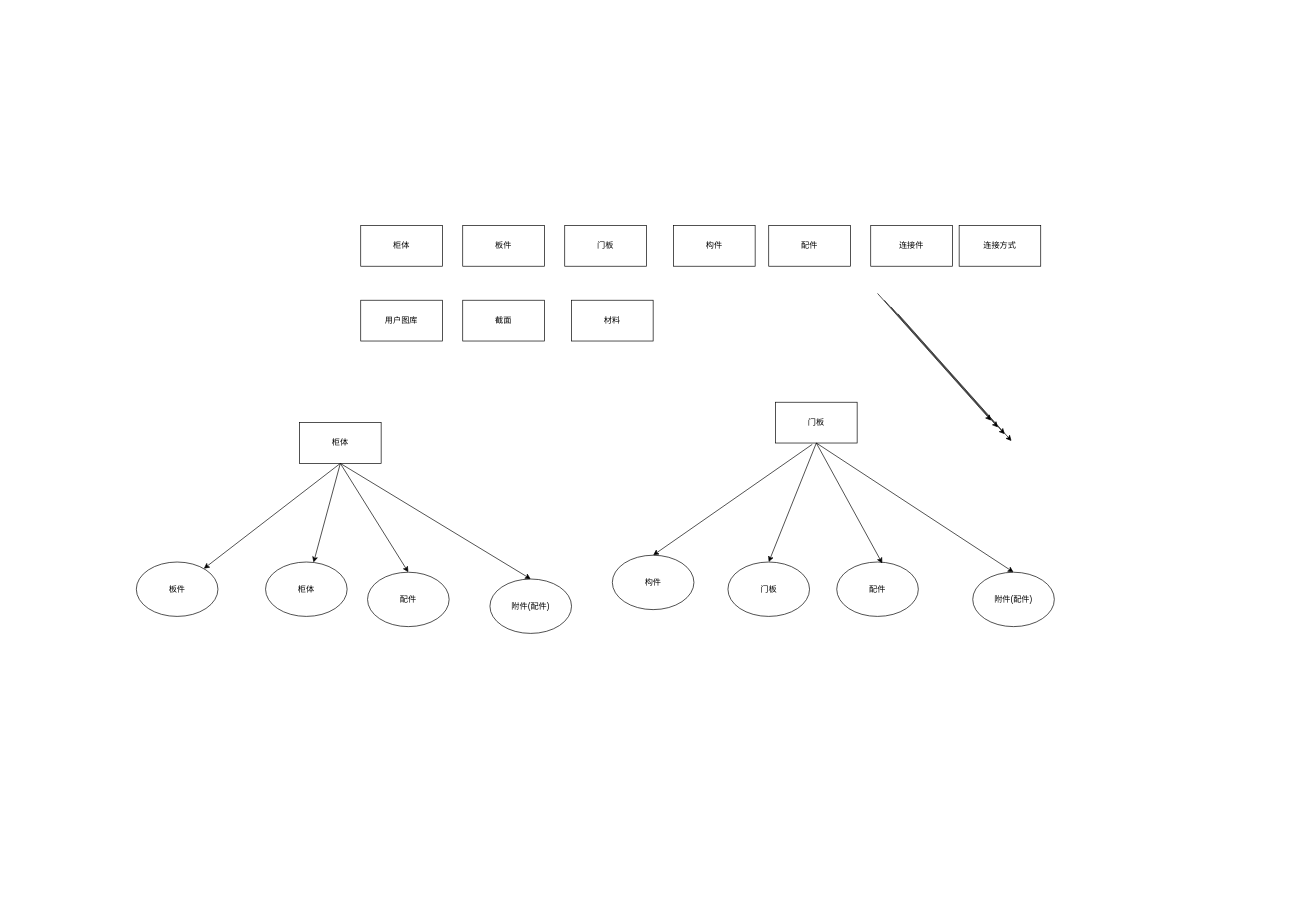
The draw.io diagram 筑木.drawio in z-cloud-z/draw, before the edit. Source tidied: cells renumbered, new cells numbered last; positions are measured from the earlier drawing's top-left corner, leaving out a move shared by most shapes. Both pictures are drawn from the tidied source at 68%, with x=0, y=0 at pixel (136, 225).
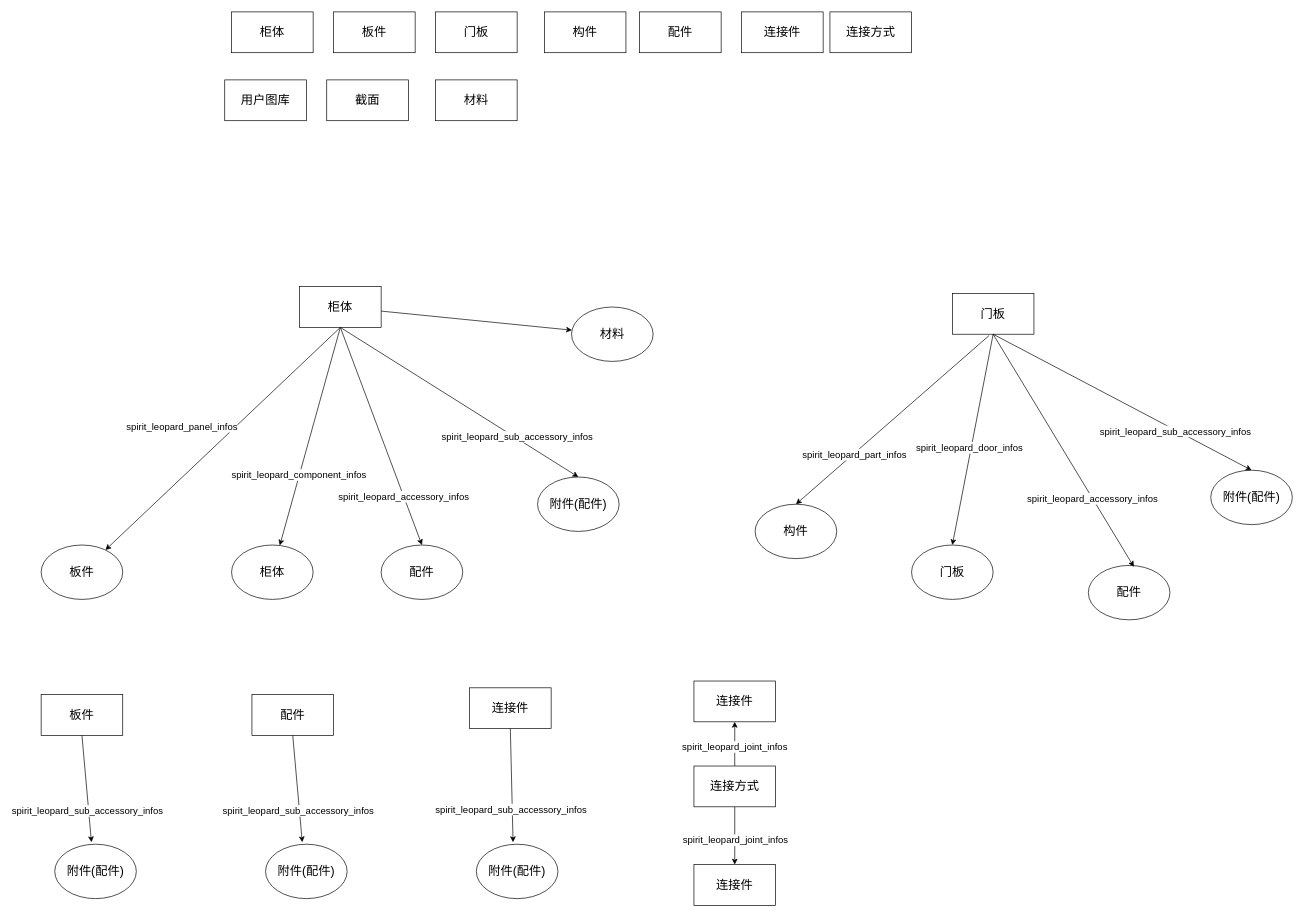
The same page after the edit.

The edit, as a diff of the source:
```diff
@@
-    <mxCell id="2" value="板件" style="rounded=0;whiteSpace=wrap;html=1;" parent="1" vertex="1">
-      <mxGeometry x="480" width="120" height="60" as="geometry" />
+    <mxCell id="2" value="板件" style="rounded=0;whiteSpace=wrap;html=1;fontSize=18;" parent="1" vertex="1">
+      <mxGeometry x="-140" y="690" width="120" height="60" as="geometry" />
     </mxCell>
-    <mxCell id="3" value="门板" style="rounded=0;whiteSpace=wrap;html=1;" parent="1" vertex="1">
-      <mxGeometry x="630" width="120" height="60" as="geometry" />
+    <mxCell id="3" value="门板" style="rounded=0;whiteSpace=wrap;html=1;fontSize=18;" parent="1" vertex="1">
+      <mxGeometry x="440" y="-314" width="120" height="60" as="geometry" />
     </mxCell>
-    <mxCell id="4" value="截面" style="rounded=0;whiteSpace=wrap;html=1;" parent="1" vertex="1">
-      <mxGeometry x="480" y="110" width="120" height="60" as="geometry" />
+    <mxCell id="4" value="截面" style="rounded=0;whiteSpace=wrap;html=1;fontSize=18;" parent="1" vertex="1">
+      <mxGeometry x="280" y="-214" width="120" height="60" as="geometry" />
     </mxCell>
-    <mxCell id="5" value="用户图库" style="rounded=0;whiteSpace=wrap;html=1;" parent="1" vertex="1">
-      <mxGeometry x="330" y="110" width="120" height="60" as="geometry" />
+    <mxCell id="5" value="用户图库" style="rounded=0;whiteSpace=wrap;html=1;fontSize=18;" parent="1" vertex="1">
+      <mxGeometry x="130" y="-214" width="120" height="60" as="geometry" />
     </mxCell>
-    <mxCell id="6" value="配件" style="rounded=0;whiteSpace=wrap;html=1;" parent="1" vertex="1">
-      <mxGeometry x="930" width="120" height="60" as="geometry" />
+    <mxCell id="6" value="配件" style="rounded=0;whiteSpace=wrap;html=1;fontSize=18;" parent="1" vertex="1">
+      <mxGeometry x="740" y="-314" width="120" height="60" as="geometry" />
     </mxCell>
-    <mxCell id="7" value="材料" style="rounded=0;whiteSpace=wrap;html=1;" parent="1" vertex="1">
-      <mxGeometry x="640" y="110" width="120" height="60" as="geometry" />
+    <mxCell id="7" value="材料" style="rounded=0;whiteSpace=wrap;html=1;fontSize=18;" parent="1" vertex="1">
+      <mxGeometry x="440" y="-214" width="120" height="60" as="geometry" />
     </mxCell>
-    <mxCell id="8" value="连接件" style="rounded=0;whiteSpace=wrap;html=1;" parent="1" vertex="1">
-      <mxGeometry x="1080" width="120" height="60" as="geometry" />
+    <mxCell id="8" value="连接件" style="rounded=0;whiteSpace=wrap;html=1;fontSize=18;" parent="1" vertex="1">
+      <mxGeometry x="890" y="-314" width="120" height="60" as="geometry" />
     </mxCell>
-    <mxCell id="9" value="连接方式" style="rounded=0;whiteSpace=wrap;html=1;" parent="1" vertex="1">
-      <mxGeometry x="1210" width="120" height="60" as="geometry" />
+    <mxCell id="9" value="连接方式" style="rounded=0;whiteSpace=wrap;html=1;fontSize=18;" parent="1" vertex="1">
+      <mxGeometry x="1020" y="-314" width="120" height="60" as="geometry" />
     </mxCell>
-    <mxCell id="10" value="构件" style="rounded=0;whiteSpace=wrap;html=1;" parent="1" vertex="1">
-      <mxGeometry x="790" width="120" height="60" as="geometry" />
+    <mxCell id="10" value="构件" style="rounded=0;whiteSpace=wrap;html=1;fontSize=18;" parent="1" vertex="1">
+      <mxGeometry x="600" y="-314" width="120" height="60" as="geometry" />
     </mxCell>
-    <mxCell id="11" style="rounded=0;jettySize=auto;html=1;exitX=0.5;exitY=1;exitDx=0;exitDy=0;" parent="1" edge="1" source="12" target="13">
+    <mxCell id="11" style="rounded=0;jettySize=auto;html=1;exitX=0.5;exitY=1;exitDx=0;exitDy=0;fontSize=18;" parent="1" edge="1" source="12" target="13">
       <mxGeometry relative="1" as="geometry" />
     </mxCell>
+    <mxCell id="34" value="spirit_leopard_panel_infos" style="edgeLabel;html=1;align=center;verticalAlign=middle;fontSize=14;" parent="11" vertex="1">
+      <mxGeometry x="0.15" y="1" relative="1" as="geometry">
+        <mxPoint x="-35" y="-44" as="offset" />
+      </mxGeometry>
+    </mxCell>
+    <mxCell id="35" style="rounded=0;jettySize=auto;html=1;" parent="1" edge="1" source="12" target="62">
+      <mxGeometry relative="1" as="geometry" />
+    </mxCell>
-    <mxCell id="12" value="柜体" style="rounded=0;whiteSpace=wrap;html=1;" parent="1" vertex="1">
-      <mxGeometry x="240" y="290" width="120" height="60" as="geometry" />
+    <mxCell id="12" value="柜体" style="rounded=0;whiteSpace=wrap;html=1;fontSize=18;" parent="1" vertex="1">
+      <mxGeometry x="240" y="90" width="120" height="60" as="geometry" />
     </mxCell>
-    <mxCell id="13" value="板件" style="ellipse;whiteSpace=wrap;html=1;" parent="1" vertex="1">
-      <mxGeometry y="495" width="120" height="80" as="geometry" />
+    <mxCell id="13" value="板件" style="ellipse;whiteSpace=wrap;html=1;fontSize=18;" parent="1" vertex="1">
+      <mxGeometry x="-140" y="470" width="120" height="80" as="geometry" />
     </mxCell>
-    <mxCell id="14" value="柜体" style="ellipse;whiteSpace=wrap;html=1;" parent="1" vertex="1">
-      <mxGeometry x="190" y="495" width="120" height="80" as="geometry" />
+    <mxCell id="14" value="柜体" style="ellipse;whiteSpace=wrap;html=1;fontSize=18;" parent="1" vertex="1">
+      <mxGeometry x="140" y="470" width="120" height="80" as="geometry" />
     </mxCell>
-    <mxCell id="15" style="rounded=0;jettySize=auto;html=1;exitX=0.5;exitY=1;exitDx=0;exitDy=0;" parent="1" edge="1" source="12" target="14">
+    <mxCell id="15" style="rounded=0;jettySize=auto;html=1;exitX=0.5;exitY=1;exitDx=0;exitDy=0;fontSize=18;" parent="1" edge="1" source="12" target="14">
       <mxGeometry relative="1" as="geometry" />
     </mxCell>
+    <mxCell id="36" value="spirit_leopard_component_infos" style="edgeLabel;html=1;align=center;verticalAlign=middle;fontSize=14;" parent="15" vertex="1">
+      <mxGeometry x="0.35" y="-1" relative="1" as="geometry" />
+    </mxCell>
-    <mxCell id="16" value="柜体" style="rounded=0;whiteSpace=wrap;html=1;" parent="1" vertex="1">
-      <mxGeometry x="330" width="120" height="60" as="geometry" />
+    <mxCell id="16" value="柜体" style="rounded=0;whiteSpace=wrap;html=1;fontSize=18;" parent="1" vertex="1">
+      <mxGeometry x="140" y="-314" width="120" height="60" as="geometry" />
     </mxCell>
-    <mxCell id="17" value="门板" style="rounded=0;whiteSpace=wrap;html=1;" parent="1" vertex="1">
-      <mxGeometry x="940" y="260" width="120" height="60" as="geometry" />
+    <mxCell id="17" value="门板" style="rounded=0;whiteSpace=wrap;html=1;fontSize=18;" parent="1" vertex="1">
+      <mxGeometry x="1200" y="100" width="120" height="60" as="geometry" />
     </mxCell>
-    <mxCell id="18" value="构件" style="ellipse;whiteSpace=wrap;html=1;" parent="1" vertex="1">
-      <mxGeometry x="700" y="485" width="120" height="80" as="geometry" />
+    <mxCell id="18" value="构件" style="ellipse;whiteSpace=wrap;html=1;fontSize=18;" parent="1" vertex="1">
+      <mxGeometry x="910" y="410" width="120" height="80" as="geometry" />
     </mxCell>
-    <mxCell id="19" value="门板" style="ellipse;whiteSpace=wrap;html=1;" parent="1" vertex="1">
-      <mxGeometry x="870" y="495" width="120" height="80" as="geometry" />
+    <mxCell id="19" value="门板" style="ellipse;whiteSpace=wrap;html=1;fontSize=18;" parent="1" vertex="1">
+      <mxGeometry x="1140" y="470" width="120" height="80" as="geometry" />
     </mxCell>
-    <mxCell id="20" style="rounded=0;jettySize=auto;html=1;exitX=0.45;exitY=1.033;exitDx=0;exitDy=0;exitPerimeter=0;entryX=0.5;entryY=0;entryDx=0;entryDy=0;" parent="1" edge="1" source="17" target="18">
+    <mxCell id="20" style="rounded=0;jettySize=auto;html=1;exitX=0.45;exitY=1.033;exitDx=0;exitDy=0;exitPerimeter=0;entryX=0.5;entryY=0;entryDx=0;entryDy=0;fontSize=18;" parent="1" edge="1" source="17" target="18">
       <mxGeometry relative="1" as="geometry" />
     </mxCell>
+    <mxCell id="37" value="spirit_leopard_part_infos" style="edgeLabel;html=1;align=center;verticalAlign=middle;fontSize=14;" parent="20" vertex="1">
+      <mxGeometry x="0.4" y="1" relative="1" as="geometry" />
+    </mxCell>
-    <mxCell id="21" style="rounded=0;jettySize=auto;html=1;exitX=0.5;exitY=1;exitDx=0;exitDy=0;entryX=0.5;entryY=0;entryDx=0;entryDy=0;" parent="1" edge="1" source="17" target="19">
+    <mxCell id="21" style="rounded=0;jettySize=auto;html=1;exitX=0.5;exitY=1;exitDx=0;exitDy=0;entryX=0.5;entryY=0;entryDx=0;entryDy=0;fontSize=18;" parent="1" edge="1" source="17" target="19">
       <mxGeometry relative="1" as="geometry" />
     </mxCell>
+    <mxCell id="38" value="spirit_leopard_door_infos" style="edgeLabel;html=1;align=center;verticalAlign=middle;fontSize=14;" parent="21" vertex="1">
+      <mxGeometry x="0.32" y="4" relative="1" as="geometry">
+        <mxPoint y="-38" as="offset" />
+      </mxGeometry>
+    </mxCell>
-    <mxCell id="22" value="配件" style="ellipse;whiteSpace=wrap;html=1;" parent="1" vertex="1">
-      <mxGeometry x="1030" y="495" width="120" height="80" as="geometry" />
+    <mxCell id="22" value="配件" style="ellipse;whiteSpace=wrap;html=1;fontSize=18;" parent="1" vertex="1">
+      <mxGeometry x="1400" y="500" width="120" height="80" as="geometry" />
     </mxCell>
-    <mxCell id="23" style="rounded=0;jettySize=auto;html=1;exitX=0.5;exitY=1;exitDx=0;exitDy=0;entryX=0.558;entryY=0.025;entryDx=0;entryDy=0;entryPerimeter=0;" parent="1" edge="1" source="17" target="22">
+    <mxCell id="23" style="rounded=0;jettySize=auto;html=1;exitX=0.5;exitY=1;exitDx=0;exitDy=0;entryX=0.558;entryY=0.025;entryDx=0;entryDy=0;entryPerimeter=0;fontSize=18;" parent="1" edge="1" source="17" target="22">
       <mxGeometry relative="1" as="geometry" />
     </mxCell>
+    <mxCell id="39" value="spirit_leopard_accessory_infos" style="edgeLabel;html=1;align=center;verticalAlign=middle;fontSize=14;" parent="23" vertex="1">
+      <mxGeometry x="0.41" relative="1" as="geometry" />
+    </mxCell>
-    <mxCell id="24" value="配件" style="ellipse;whiteSpace=wrap;html=1;" parent="1" vertex="1">
-      <mxGeometry x="340" y="510" width="120" height="80" as="geometry" />
+    <mxCell id="24" value="配件" style="ellipse;whiteSpace=wrap;html=1;fontSize=18;" parent="1" vertex="1">
+      <mxGeometry x="360" y="470" width="120" height="80" as="geometry" />
     </mxCell>
-    <mxCell id="25" style="rounded=0;jettySize=auto;html=1;exitX=0.5;exitY=1;exitDx=0;exitDy=0;entryX=0.5;entryY=0;entryDx=0;entryDy=0;" parent="1" edge="1" source="12" target="24">
+    <mxCell id="25" style="rounded=0;jettySize=auto;html=1;exitX=0.5;exitY=1;exitDx=0;exitDy=0;entryX=0.5;entryY=0;entryDx=0;entryDy=0;fontSize=18;" parent="1" edge="1" source="12" target="24">
       <mxGeometry relative="1" as="geometry" />
     </mxCell>
+    <mxCell id="40" value="spirit_leopard_accessory_infos" style="edgeLabel;html=1;align=center;verticalAlign=middle;fontSize=14;" parent="25" vertex="1">
+      <mxGeometry x="0.55" y="-1" relative="1" as="geometry" />
+    </mxCell>
-    <mxCell id="26" value="附件(配件)" style="ellipse;whiteSpace=wrap;html=1;" parent="1" vertex="1">
-      <mxGeometry x="520" y="520" width="120" height="80" as="geometry" />
+    <mxCell id="26" value="附件(配件)" style="ellipse;whiteSpace=wrap;html=1;fontSize=18;" parent="1" vertex="1">
+      <mxGeometry x="590" y="370" width="120" height="80" as="geometry" />
     </mxCell>
-    <mxCell id="27" style="rounded=0;jettySize=auto;html=1;exitX=0.5;exitY=1;exitDx=0;exitDy=0;entryX=0.5;entryY=0;entryDx=0;entryDy=0;" parent="1" edge="1" source="12" target="26">
+    <mxCell id="27" style="rounded=0;jettySize=auto;html=1;exitX=0.5;exitY=1;exitDx=0;exitDy=0;entryX=0.5;entryY=0;entryDx=0;entryDy=0;fontSize=18;" parent="1" edge="1" source="12" target="26">
       <mxGeometry relative="1" as="geometry" />
     </mxCell>
+    <mxCell id="41" value="spirit_leopard_sub_accessory_infos" style="edgeLabel;html=1;align=center;verticalAlign=middle;fontSize=14;" parent="27" vertex="1">
+      <mxGeometry x="0.47" y="2" relative="1" as="geometry">
+        <mxPoint x="1" as="offset" />
+      </mxGeometry>
+    </mxCell>
-    <mxCell id="28" value="附件(配件)" style="ellipse;whiteSpace=wrap;html=1;" parent="1" vertex="1">
-      <mxGeometry x="1230" y="510" width="120" height="80" as="geometry" />
+    <mxCell id="28" value="附件(配件)" style="ellipse;whiteSpace=wrap;html=1;fontSize=18;" parent="1" vertex="1">
+      <mxGeometry x="1580" y="360" width="120" height="80" as="geometry" />
     </mxCell>
-    <mxCell id="29" style="rounded=0;orthogonalLoop=1;jettySize=auto;html=1;exitX=0.5;exitY=1;exitDx=0;exitDy=0;entryX=0.558;entryY=0.025;entryDx=0;entryDy=0;entryPerimeter=0;" parent="1" edge="1">
-      <mxGeometry relative="1" as="geometry">
-        <mxPoint x="1090" y="100" as="sourcePoint" />
-        <mxPoint x="1257" y="287" as="targetPoint" />
-      </mxGeometry>
-    </mxCell>
-    <mxCell id="30" style="rounded=0;orthogonalLoop=1;jettySize=auto;html=1;exitX=0.5;exitY=1;exitDx=0;exitDy=0;entryX=0.558;entryY=0.025;entryDx=0;entryDy=0;entryPerimeter=0;" parent="1" edge="1">
-      <mxGeometry relative="1" as="geometry">
-        <mxPoint x="1100" y="110" as="sourcePoint" />
-        <mxPoint x="1267" y="297" as="targetPoint" />
-      </mxGeometry>
-    </mxCell>
-    <mxCell id="31" style="rounded=0;orthogonalLoop=1;jettySize=auto;html=1;exitX=0.5;exitY=1;exitDx=0;exitDy=0;entryX=0.558;entryY=0.025;entryDx=0;entryDy=0;entryPerimeter=0;" parent="1" edge="1">
-      <mxGeometry relative="1" as="geometry">
-        <mxPoint x="1110" y="120" as="sourcePoint" />
-        <mxPoint x="1277" y="307" as="targetPoint" />
-      </mxGeometry>
-    </mxCell>
-    <mxCell id="32" style="rounded=0;orthogonalLoop=1;jettySize=auto;html=1;exitX=0.5;exitY=1;exitDx=0;exitDy=0;entryX=0.558;entryY=0.025;entryDx=0;entryDy=0;entryPerimeter=0;" parent="1" edge="1">
-      <mxGeometry relative="1" as="geometry">
-        <mxPoint x="1120" y="130" as="sourcePoint" />
-        <mxPoint x="1287" y="317" as="targetPoint" />
-      </mxGeometry>
-    </mxCell>
-    <mxCell id="33" style="rounded=0;jettySize=auto;html=1;exitX=0.5;exitY=1;exitDx=0;exitDy=0;entryX=0.5;entryY=0;entryDx=0;entryDy=0;" parent="1" edge="1" source="17" target="28">
+    <mxCell id="33" style="rounded=0;jettySize=auto;html=1;exitX=0.5;exitY=1;exitDx=0;exitDy=0;entryX=0.5;entryY=0;entryDx=0;entryDy=0;fontSize=18;" parent="1" edge="1" source="17" target="28">
       <mxGeometry relative="1" as="geometry" />
     </mxCell>
+    <mxCell id="42" value="spirit_leopard_sub_accessory_infos" style="edgeLabel;html=1;align=center;verticalAlign=middle;fontSize=14;" parent="33" vertex="1">
+      <mxGeometry x="0.41" y="-2" relative="1" as="geometry" />
+    </mxCell>
+    <mxCell id="43" value="附件(配件)" style="ellipse;whiteSpace=wrap;html=1;fontSize=18;" parent="1" vertex="1">
+      <mxGeometry x="-120" y="910" width="120" height="80" as="geometry" />
+    </mxCell>
+    <mxCell id="44" style="rounded=0;jettySize=auto;html=1;exitX=0.5;exitY=1;exitDx=0;exitDy=0;entryX=0.45;entryY=-0.037;entryDx=0;entryDy=0;entryPerimeter=0;fontSize=18;" parent="1" edge="1" source="2" target="43">
+      <mxGeometry relative="1" as="geometry" />
+    </mxCell>
+    <mxCell id="45" value="spirit_leopard_sub_accessory_infos" style="edgeLabel;html=1;align=center;verticalAlign=middle;fontSize=14;" parent="44" vertex="1">
+      <mxGeometry x="0.41" y="-2" relative="1" as="geometry" />
+    </mxCell>
+    <mxCell id="46" value="连接件" style="rounded=0;whiteSpace=wrap;html=1;fontSize=18;" parent="1" vertex="1">
+      <mxGeometry x="490" y="680" width="120" height="60" as="geometry" />
+    </mxCell>
+    <mxCell id="47" value="附件(配件)" style="ellipse;whiteSpace=wrap;html=1;fontSize=18;" parent="1" vertex="1">
+      <mxGeometry x="500" y="910" width="120" height="80" as="geometry" />
+    </mxCell>
+    <mxCell id="48" style="rounded=0;jettySize=auto;html=1;exitX=0.5;exitY=1;exitDx=0;exitDy=0;entryX=0.45;entryY=-0.037;entryDx=0;entryDy=0;entryPerimeter=0;fontSize=18;" parent="1" edge="1" source="46" target="47">
+      <mxGeometry relative="1" as="geometry" />
+    </mxCell>
+    <mxCell id="49" value="spirit_leopard_sub_accessory_infos" style="edgeLabel;html=1;align=center;verticalAlign=middle;fontSize=14;" parent="48" vertex="1">
+      <mxGeometry x="0.41" y="-2" relative="1" as="geometry" />
+    </mxCell>
+    <mxCell id="50" value="配件" style="rounded=0;whiteSpace=wrap;html=1;fontSize=18;" parent="1" vertex="1">
+      <mxGeometry x="170" y="690" width="120" height="60" as="geometry" />
+    </mxCell>
+    <mxCell id="51" value="附件(配件)" style="ellipse;whiteSpace=wrap;html=1;fontSize=18;" parent="1" vertex="1">
+      <mxGeometry x="190" y="910" width="120" height="80" as="geometry" />
+    </mxCell>
+    <mxCell id="52" style="rounded=0;jettySize=auto;html=1;exitX=0.5;exitY=1;exitDx=0;exitDy=0;entryX=0.45;entryY=-0.037;entryDx=0;entryDy=0;entryPerimeter=0;fontSize=18;" parent="1" edge="1" source="50" target="51">
+      <mxGeometry relative="1" as="geometry" />
+    </mxCell>
+    <mxCell id="53" value="spirit_leopard_sub_accessory_infos" style="edgeLabel;html=1;align=center;verticalAlign=middle;fontSize=14;" parent="52" vertex="1">
+      <mxGeometry x="0.41" y="-2" relative="1" as="geometry" />
+    </mxCell>
+    <mxCell id="54" value="板件" style="rounded=0;whiteSpace=wrap;html=1;fontSize=18;" parent="1" vertex="1">
+      <mxGeometry x="290" y="-314" width="120" height="60" as="geometry" />
+    </mxCell>
+    <mxCell id="55" value="连接件" style="rounded=0;whiteSpace=wrap;html=1;fontSize=18;" parent="1" vertex="1">
+      <mxGeometry x="820" y="670" width="120" height="60" as="geometry" />
+    </mxCell>
+    <mxCell id="56" value="连接件" style="rounded=0;whiteSpace=wrap;html=1;fontSize=18;" parent="1" vertex="1">
+      <mxGeometry x="820" y="940" width="120" height="60" as="geometry" />
+    </mxCell>
+    <mxCell id="57" style="edgeStyle=orthogonalEdgeStyle;rounded=0;jettySize=auto;html=1;exitX=0.5;exitY=0;exitDx=0;exitDy=0;entryX=0.5;entryY=1;entryDx=0;entryDy=0;" parent="1" edge="1" source="61" target="55">
+      <mxGeometry relative="1" as="geometry" />
+    </mxCell>
+    <mxCell id="58" value="spirit_leopard_joint_infos" style="edgeLabel;html=1;align=center;verticalAlign=middle;fontSize=14;" parent="57" vertex="1">
+      <mxGeometry x="-0.11" y="1" relative="1" as="geometry" />
+    </mxCell>
+    <mxCell id="59" style="edgeStyle=orthogonalEdgeStyle;rounded=0;jettySize=auto;html=1;entryX=0.5;entryY=0;entryDx=0;entryDy=0;" parent="1" edge="1" source="61" target="56">
+      <mxGeometry relative="1" as="geometry" />
+    </mxCell>
+    <mxCell id="60" value="spirit_leopard_joint_infos" style="edgeLabel;html=1;align=center;verticalAlign=middle;fontSize=14;" parent="59" vertex="1">
+      <mxGeometry x="0.13" relative="1" as="geometry" />
+    </mxCell>
+    <mxCell id="61" value="连接方式" style="rounded=0;whiteSpace=wrap;html=1;fontSize=18;" parent="1" vertex="1">
+      <mxGeometry x="820" y="795" width="120" height="60" as="geometry" />
+    </mxCell>
+    <mxCell id="62" value="材料" style="ellipse;whiteSpace=wrap;html=1;fontSize=18;" parent="1" vertex="1">
+      <mxGeometry x="640" y="120" width="120" height="80" as="geometry" />
+    </mxCell>
```
